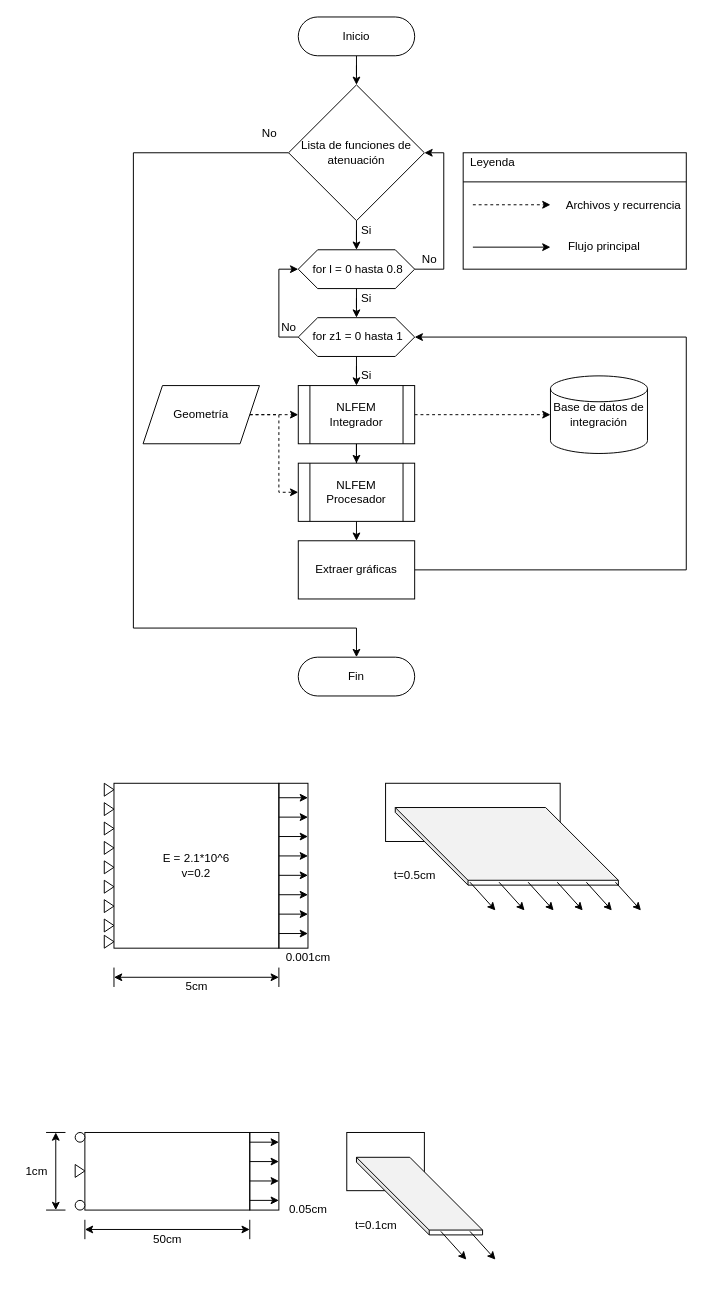
Before: Documentos/figuras/Untitled Diagram.drawio in ZibraMax/Tesis-NLFEM, a draw.io diagram. Source tidied: cells renumbered, new cells numbered last; positions are measured from the earlier drawing's top-left corner, leaving out a move shared by most shapes. Both pictures are drawn from the tidied source at 97%, with x=0, y=0 at pixel (16, 16).
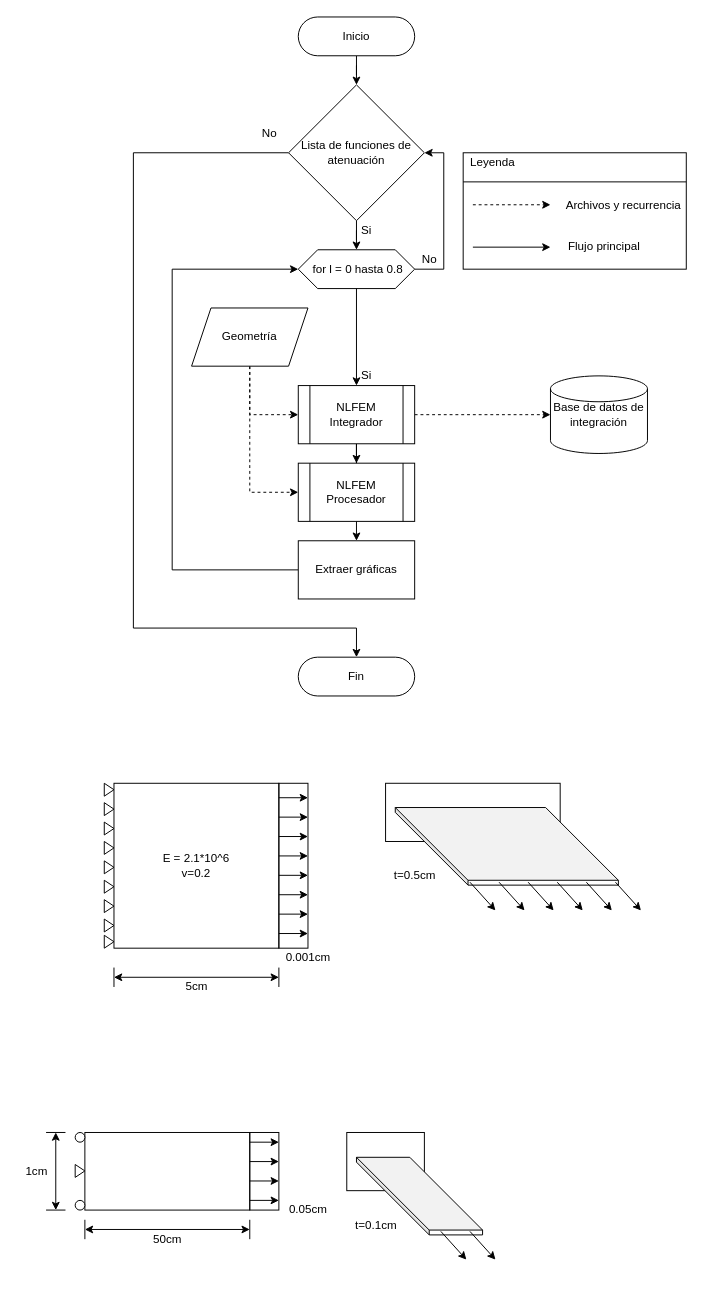
After the change.

The change refers to these unchanged cells:
```xml
<mxCell id="9" value="&amp;nbsp;for l = 0 hasta 0.8" style="shape=hexagon;perimeter=hexagonPerimeter2;whiteSpace=wrap;html=1;fixedSize=1;strokeWidth=1;" parent="1" vertex="1">
  <mxGeometry x="290" y="240" width="120" height="40" as="geometry" />
</mxCell>
<mxCell id="16" value="NLFEM Integrador" style="shape=process;whiteSpace=wrap;html=1;backgroundOutline=1;strokeWidth=1;" parent="1" vertex="1">
  <mxGeometry x="290" y="380" width="120" height="60" as="geometry" />
</mxCell>
<mxCell id="21" value="Extraer gráficas" style="rounded=0;whiteSpace=wrap;html=1;strokeWidth=1;" parent="1" vertex="1">
  <mxGeometry x="290" y="540" width="120" height="60" as="geometry" />
</mxCell>
```

Diff of the diagram source:
```diff
@@
-    <mxCell id="7" style="edgeStyle=orthogonalEdgeStyle;rounded=0;jettySize=auto;html=1;strokeWidth=1;" parent="1" edge="1" source="9" target="12">
-      <mxGeometry relative="1" as="geometry" />
-    </mxCell>
@@
-    <mxCell id="10" style="edgeStyle=orthogonalEdgeStyle;rounded=0;jettySize=auto;html=1;strokeWidth=1;" parent="1" edge="1" source="12" target="16">
+    <mxCell id="10" style="edgeStyle=orthogonalEdgeStyle;rounded=0;jettySize=auto;html=1;strokeWidth=1;exitX=0.5;exitY=1;exitDx=0;exitDy=0;" parent="1" edge="1" source="9" target="16">
       <mxGeometry relative="1" as="geometry" />
     </mxCell>
-    <mxCell id="11" style="edgeStyle=orthogonalEdgeStyle;rounded=0;jettySize=auto;html=1;entryX=0;entryY=0.5;entryDx=0;entryDy=0;strokeWidth=1;" parent="1" edge="1" source="12" target="9">
-      <mxGeometry relative="1" as="geometry">
-        <Array as="points">
-          <mxPoint x="270" y="330" />
-          <mxPoint x="270" y="260" />
-        </Array>
-      </mxGeometry>
-    </mxCell>
-    <mxCell id="12" value="&amp;nbsp;for z1 = 0 hasta 1" style="shape=hexagon;perimeter=hexagonPerimeter2;whiteSpace=wrap;html=1;fixedSize=1;strokeWidth=1;" parent="1" vertex="1">
-      <mxGeometry x="290" y="310" width="120" height="40" as="geometry" />
-    </mxCell>
@@
     <mxCell id="19" value="Geometría" style="shape=parallelogram;perimeter=parallelogramPerimeter;whiteSpace=wrap;html=1;fixedSize=1;strokeWidth=1;" parent="1" vertex="1">
-      <mxGeometry x="130" y="380" width="120" height="60" as="geometry" />
+      <mxGeometry x="180" y="300" width="120" height="60" as="geometry" />
     </mxCell>
-    <mxCell id="20" style="edgeStyle=orthogonalEdgeStyle;rounded=0;jettySize=auto;html=1;entryX=1;entryY=0.5;entryDx=0;entryDy=0;strokeWidth=1;" parent="1" edge="1" source="21" target="12">
+    <mxCell id="20" style="edgeStyle=orthogonalEdgeStyle;rounded=0;jettySize=auto;html=1;entryX=0;entryY=0.5;entryDx=0;entryDy=0;strokeWidth=1;" parent="1" edge="1" source="21" target="9">
       <mxGeometry relative="1" as="geometry">
         <Array as="points">
-          <mxPoint x="690" y="570" />
-          <mxPoint x="690" y="330" />
+          <mxPoint x="160" y="570" />
+          <mxPoint x="160" y="260" />
         </Array>
       </mxGeometry>
     </mxCell>
@@
-    <mxCell id="26" value="Si" style="text;html=1;align=center;verticalAlign=middle;strokeWidth=1;" parent="1" vertex="1">
-      <mxGeometry x="345" y="280" width="30" height="20" as="geometry" />
-    </mxCell>
@@
-    <mxCell id="29" value="No" style="text;html=1;align=center;verticalAlign=middle;strokeWidth=1;" parent="1" vertex="1">
-      <mxGeometry x="265" y="310" width="30" height="20" as="geometry" />
-    </mxCell>
```
